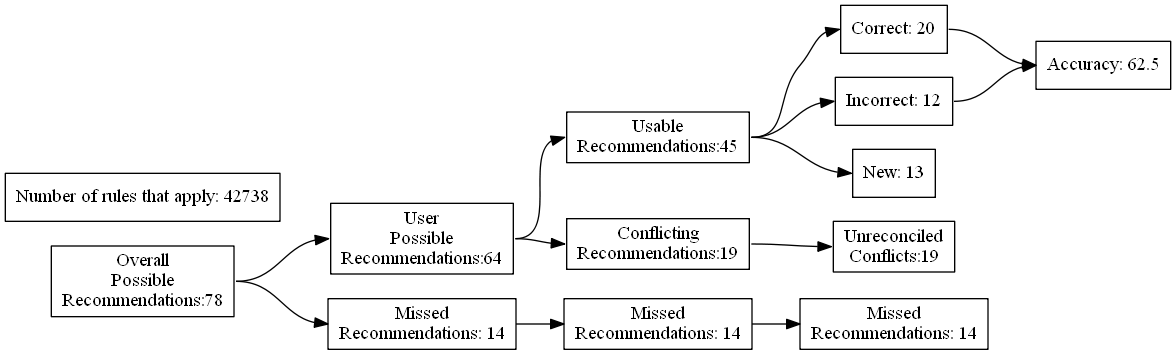
ZaxR/ibd_diet_analysis keeps this Graphviz diagram as test_renders/100.gv.png. Above is the earlier version. Its source is kept beside it as test_renders/100.gv.
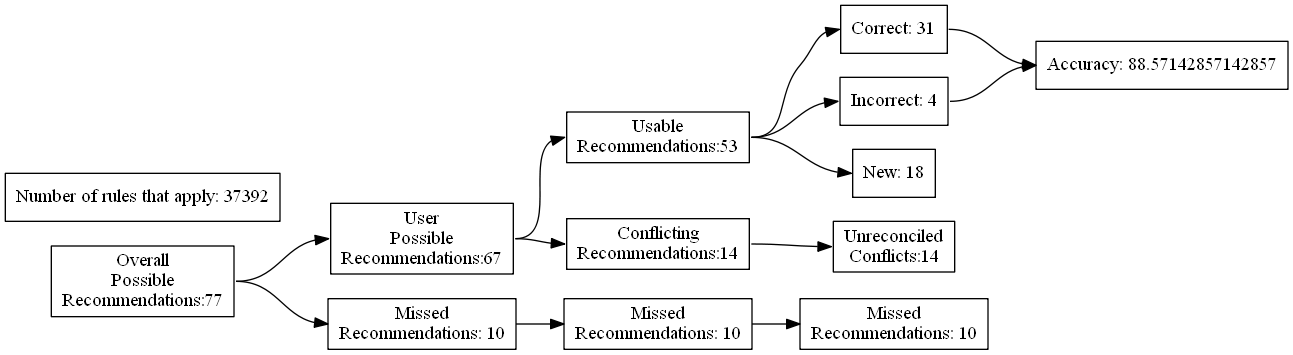
The same diagram one commit later.

What changed in the source:
```diff
@@ -4,27 +4,27 @@
 	edge [headport=w tailport=e]
 		A [label="Overall
 Possible
-Recommendations:78"]
+Recommendations:77"]
 		B [label="User
 Possible
-Recommendations:64"]
+Recommendations:67"]
 		C [label="Missed
-Recommendations: 14"]
+Recommendations: 10"]
 		D [label="Usable
-Recommendations:45"]
+Recommendations:53"]
 		E [label="Conflicting
-Recommendations:19"]
+Recommendations:14"]
 		J [label="Missed
-Recommendations: 14"]
+Recommendations: 10"]
 		M [label="Unreconciled
-Conflicts:19"]
-		F [label="Correct: 20"]
-		G [label="Incorrect: 12"]
-		H [label="New: 13"]
+Conflicts:14"]
+		F [label="Correct: 31"]
+		G [label="Incorrect: 4"]
+		H [label="New: 18"]
 		K [label="Missed
-Recommendations: 14"]
-		I [label="Accuracy: 62.5"]
-		l [label="Number of rules that apply: 42738"]
+Recommendations: 10"]
+		I [label="Accuracy: 88.57142857142857"]
+		l [label="Number of rules that apply: 37392"]
 			A -> B
 			A -> C
 			B -> D
```
